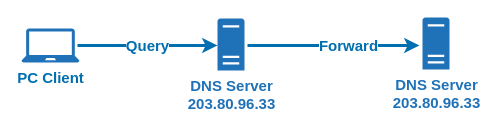
This is Untitled Diagram.drawio from diskya/drive, a draw.io file, before an edit. Source tidied: cells renumbered, new cells numbered last; positions are measured from the earlier drawing's top-left corner, leaving out a move shared by most shapes. Both pictures are drawn from the tidied source at 100%, with x=0, y=0 at pixel (21, 17).
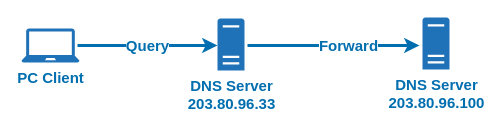
After the change.

Diff of the diagram source:
```diff
@@
 <mxGraphModel background="#FFFFFF">
   <root>
     <mxCell id="0" />
     <mxCell id="1" parent="0" />
     <mxCell id="2" value="&lt;b&gt;&lt;font style=&quot;font-size: 15px&quot; color=&quot;#006eaf&quot;&gt;Query&lt;/font&gt;&lt;/b&gt;" style="edgeStyle=orthogonalEdgeStyle;rounded=0;orthogonalLoop=1;jettySize=auto;html=1;fillColor=#1ba1e2;strokeWidth=3;strokeColor=#006EAF;" parent="1" edge="1">
       <mxGeometry relative="1" as="geometry">
         <mxPoint x="56" y="28" as="sourcePoint" />
         <mxPoint x="196" y="28" as="targetPoint" />
       </mxGeometry>
     </mxCell>
     <mxCell id="3" style="edgeStyle=orthogonalEdgeStyle;rounded=0;orthogonalLoop=1;jettySize=auto;html=1;entryX=0;entryY=0.5;entryDx=0;entryDy=0;entryPerimeter=0;strokeWidth=3;fillColor=#0050ef;strokeColor=#006EAF;" parent="1" edge="1">
       <mxGeometry relative="1" as="geometry">
         <mxPoint x="226" y="28" as="sourcePoint" />
         <mxPoint x="398" y="28" as="targetPoint" />
       </mxGeometry>
     </mxCell>
     <mxCell id="4" value="&lt;font style=&quot;font-size: 15px&quot; color=&quot;#006eaf&quot;&gt;&lt;b&gt;Forward&lt;/b&gt;&lt;/font&gt;" style="edgeLabel;html=1;align=center;verticalAlign=middle;" parent="3" vertex="1">
       <mxGeometry x="0.16" y="1" relative="1" as="geometry" />
     </mxCell>
     <mxCell id="5" value="&lt;font style=&quot;font-size: 15px&quot; color=&quot;#006eaf&quot;&gt;&lt;b&gt;PC Client&lt;/b&gt;&lt;/font&gt;" style="shadow=0;dashed=0;html=1;strokeColor=none;labelPosition=center;verticalLabelPosition=bottom;verticalAlign=top;align=center;shape=mxgraph.office.devices.laptop;fillColor=#2072B8;" parent="1" vertex="1">
       <mxGeometry y="11" width="58" height="34" as="geometry" />
     </mxCell>
-    <mxCell id="6" value="&lt;b style=&quot;font-size: 15px&quot;&gt;&lt;font color=&quot;#2072b8&quot;&gt;DNS Server&lt;br&gt;203.80.96.33&lt;/font&gt;&lt;/b&gt;" style="shadow=0;dashed=0;html=1;strokeColor=none;labelPosition=center;verticalLabelPosition=bottom;verticalAlign=top;align=center;shape=mxgraph.office.servers.physical_host;fillColor=#2072B8;" parent="1" vertex="1">
+    <mxCell id="6" value="&lt;b style=&quot;font-size: 15px&quot;&gt;&lt;font&gt;DNS Server&lt;br&gt;203.80.96.100&lt;/font&gt;&lt;/b&gt;" style="shadow=0;dashed=0;html=1;strokeColor=none;labelPosition=center;verticalLabelPosition=bottom;verticalAlign=top;align=center;shape=mxgraph.office.servers.physical_host;fillColor=#2072B8;fontColor=#006EAF;" parent="1" vertex="1">
       <mxGeometry x="401" width="27" height="52" as="geometry" />
     </mxCell>
-    <mxCell id="7" value="&lt;b style=&quot;font-size: 15px&quot;&gt;&lt;font color=&quot;#2072b8&quot;&gt;DNS Server&lt;br&gt;203.80.96.33&lt;/font&gt;&lt;/b&gt;" style="shadow=0;dashed=0;html=1;strokeColor=none;labelPosition=center;verticalLabelPosition=bottom;verticalAlign=top;align=center;shape=mxgraph.office.servers.physical_host;fillColor=#2072B8;" parent="1" vertex="1">
+    <mxCell id="7" value="&lt;b style=&quot;font-size: 15px&quot;&gt;&lt;font&gt;DNS Server&lt;br&gt;203.80.96.33&lt;/font&gt;&lt;/b&gt;" style="shadow=0;dashed=0;html=1;strokeColor=none;labelPosition=center;verticalLabelPosition=bottom;verticalAlign=top;align=center;shape=mxgraph.office.servers.physical_host;fillColor=#2072B8;fontColor=#006EAF;" parent="1" vertex="1">
       <mxGeometry x="196" y="1" width="27" height="52" as="geometry" />
     </mxCell>
   </root>
 </mxGraphModel>
```
